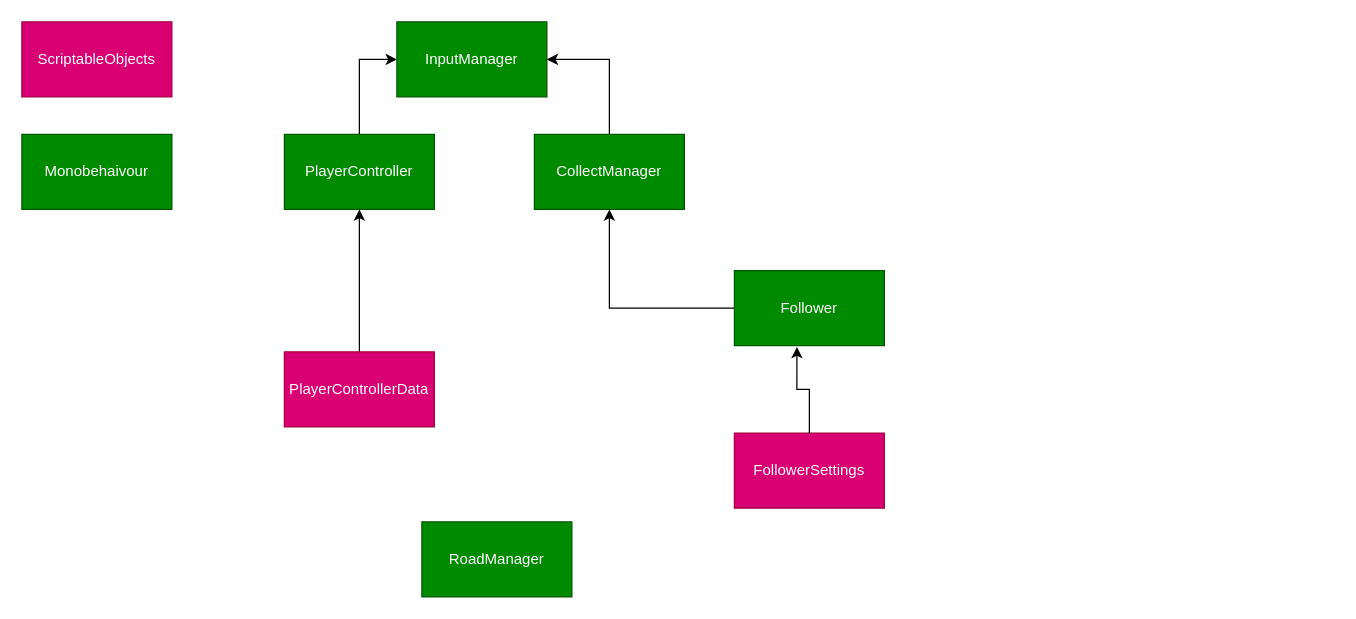
The draw.io diagram MarketGame.drawio in jackwak/UML, before the edit. Source tidied: cells renumbered, new cells numbered last; positions are measured from the earlier drawing's top-left corner, leaving out a move shared by most shapes. Both pictures are drawn from the tidied source at 125%, with x=0, y=0 at pixel (21, 21).
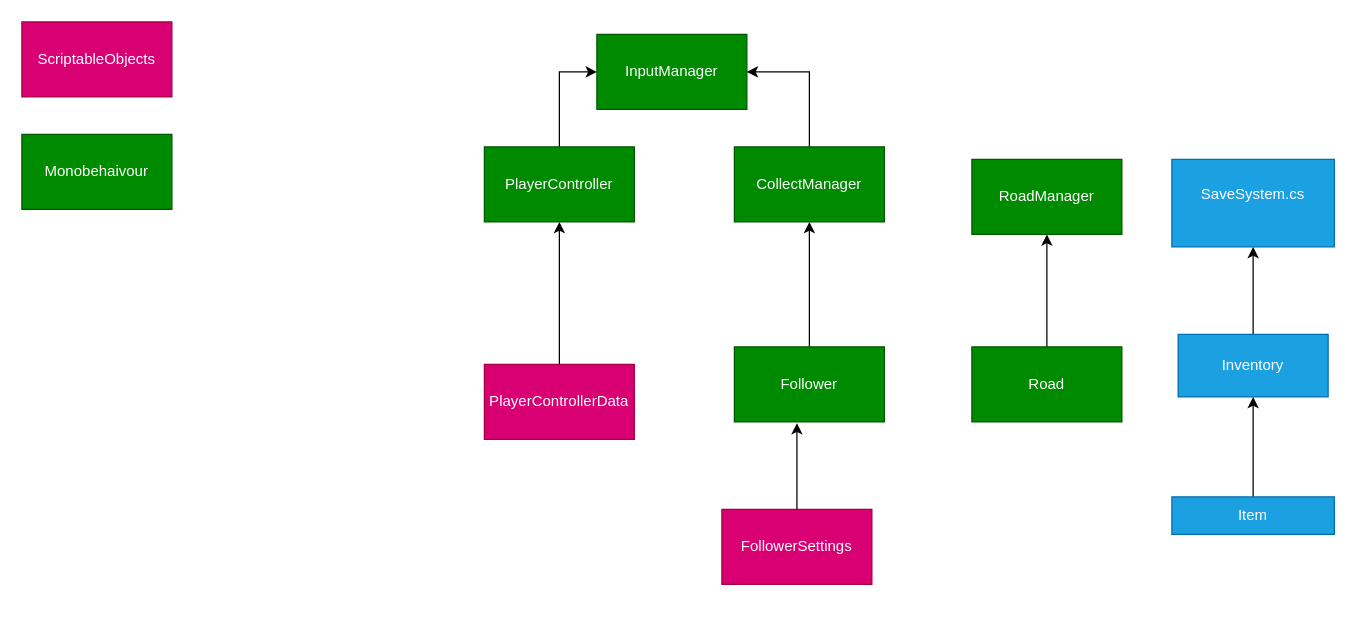
The same diagram, later.

The edit, as a diff of the source:
```diff
@@
     <mxCell id="2" value="FollowerSettings" style="rounded=0;whiteSpace=wrap;html=1;fillColor=#d80073;fontColor=#ffffff;strokeColor=#A50040;" parent="1" vertex="1">
-      <mxGeometry x="570" y="329" width="120" height="60" as="geometry" />
+      <mxGeometry x="560" y="390" width="120" height="60" as="geometry" />
     </mxCell>
@@
     <mxCell id="4" value="Follower" style="rounded=0;whiteSpace=wrap;html=1;fillColor=#008a00;fontColor=#ffffff;strokeColor=#005700;" parent="1" vertex="1">
-      <mxGeometry x="570" y="199" width="120" height="60" as="geometry" />
+      <mxGeometry x="570" y="260" width="120" height="60" as="geometry" />
     </mxCell>
@@
     <mxCell id="9" value="PlayerControllerData" style="rounded=0;whiteSpace=wrap;html=1;fillColor=#d80073;fontColor=#ffffff;strokeColor=#A50040;" parent="1" vertex="1">
-      <mxGeometry x="210" y="264" width="120" height="60" as="geometry" />
+      <mxGeometry x="370" y="274" width="120" height="60" as="geometry" />
     </mxCell>
@@
     <mxCell id="11" value="PlayerController" style="rounded=0;whiteSpace=wrap;html=1;fillColor=#008a00;fontColor=#ffffff;strokeColor=#005700;" parent="1" vertex="1">
-      <mxGeometry x="210" y="90" width="120" height="60" as="geometry" />
+      <mxGeometry x="370" y="100" width="120" height="60" as="geometry" />
     </mxCell>
     <mxCell id="12" value="InputManager" style="rounded=0;whiteSpace=wrap;html=1;fillColor=#008a00;fontColor=#ffffff;strokeColor=#005700;" parent="1" vertex="1">
-      <mxGeometry x="300" width="120" height="60" as="geometry" />
+      <mxGeometry x="460" y="10" width="120" height="60" as="geometry" />
     </mxCell>
@@
     <mxCell id="14" value="CollectManager" style="rounded=0;whiteSpace=wrap;html=1;fillColor=#008a00;fontColor=#ffffff;strokeColor=#005700;" parent="1" vertex="1">
-      <mxGeometry x="410" y="90" width="120" height="60" as="geometry" />
+      <mxGeometry x="570" y="100" width="120" height="60" as="geometry" />
     </mxCell>
     <mxCell id="15" value="RoadManager" style="rounded=0;whiteSpace=wrap;html=1;fillColor=#008a00;fontColor=#ffffff;strokeColor=#005700;" parent="1" vertex="1">
-      <mxGeometry x="320" y="400" width="120" height="60" as="geometry" />
+      <mxGeometry x="760" y="110" width="120" height="60" as="geometry" />
     </mxCell>
+    <mxCell id="16" value="SaveSystem.cs&lt;div&gt;&lt;div&gt;&lt;br&gt;&lt;/div&gt;&lt;/div&gt;" style="rounded=0;whiteSpace=wrap;html=1;fillColor=#1ba1e2;strokeColor=#006EAF;fontColor=#ffffff;" parent="1" vertex="1">
+      <mxGeometry x="920" y="110" width="130" height="70" as="geometry" />
+    </mxCell>
+    <mxCell id="17" style="edgeStyle=orthogonalEdgeStyle;rounded=0;jettySize=auto;html=1;entryX=0.5;entryY=1;entryDx=0;entryDy=0;" parent="1" edge="1" source="18" target="16">
+      <mxGeometry relative="1" as="geometry" />
+    </mxCell>
+    <mxCell id="18" value="&lt;div&gt;&lt;div&gt;Inventory&lt;/div&gt;&lt;/div&gt;" style="rounded=0;whiteSpace=wrap;html=1;fillColor=#1ba1e2;strokeColor=#006EAF;fontColor=#ffffff;" parent="1" vertex="1">
+      <mxGeometry x="925" y="250" width="120" height="50" as="geometry" />
+    </mxCell>
+    <mxCell id="19" style="edgeStyle=orthogonalEdgeStyle;rounded=0;jettySize=auto;html=1;entryX=0.5;entryY=1;entryDx=0;entryDy=0;" parent="1" edge="1" source="20" target="18">
+      <mxGeometry relative="1" as="geometry" />
+    </mxCell>
+    <mxCell id="20" value="&lt;div&gt;&lt;div&gt;Item&lt;/div&gt;&lt;/div&gt;" style="rounded=0;whiteSpace=wrap;html=1;fillColor=#1ba1e2;strokeColor=#006EAF;fontColor=#ffffff;" parent="1" vertex="1">
+      <mxGeometry x="920" y="380" width="130" height="30" as="geometry" />
+    </mxCell>
+    <mxCell id="21" style="edgeStyle=orthogonalEdgeStyle;rounded=0;jettySize=auto;html=1;entryX=0.5;entryY=1;entryDx=0;entryDy=0;" parent="1" edge="1" source="22" target="15">
+      <mxGeometry relative="1" as="geometry" />
+    </mxCell>
+    <mxCell id="22" value="Road" style="rounded=0;whiteSpace=wrap;html=1;fillColor=#008a00;fontColor=#ffffff;strokeColor=#005700;" parent="1" vertex="1">
+      <mxGeometry x="760" y="260" width="120" height="60" as="geometry" />
+    </mxCell>
```
